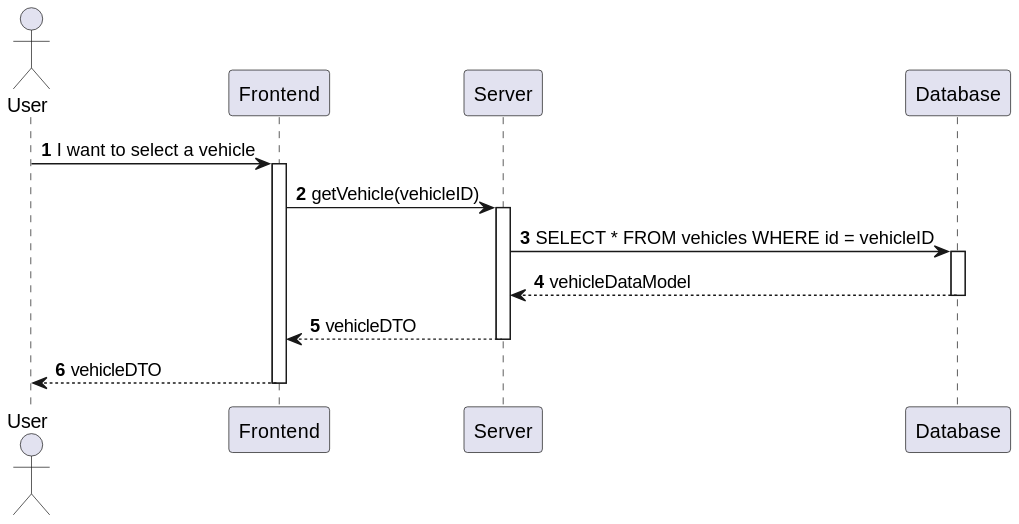
Above: docs/useCases/uc05_getVehicleFromList/ssd_uc05_v1.svg in olivDiogo/lap-time-simulator (PlantUML), before the change. Source of this version:
```plantuml
@startuml

autonumber

actor User
participant Frontend
participant Server
participant Database

User -> Frontend: I want to select a vehicle
activate Frontend

Frontend -> Server: getVehicle(vehicleID)
activate Server

Server -> Database: SELECT * FROM vehicles WHERE id = vehicleID
activate Database

Database --> Server: vehicleDataModel
deactivate Database

Server --> Frontend: vehicleDTO
deactivate Server

Frontend --> User: vehicleDTO
deactivate Frontend
@enduml
```
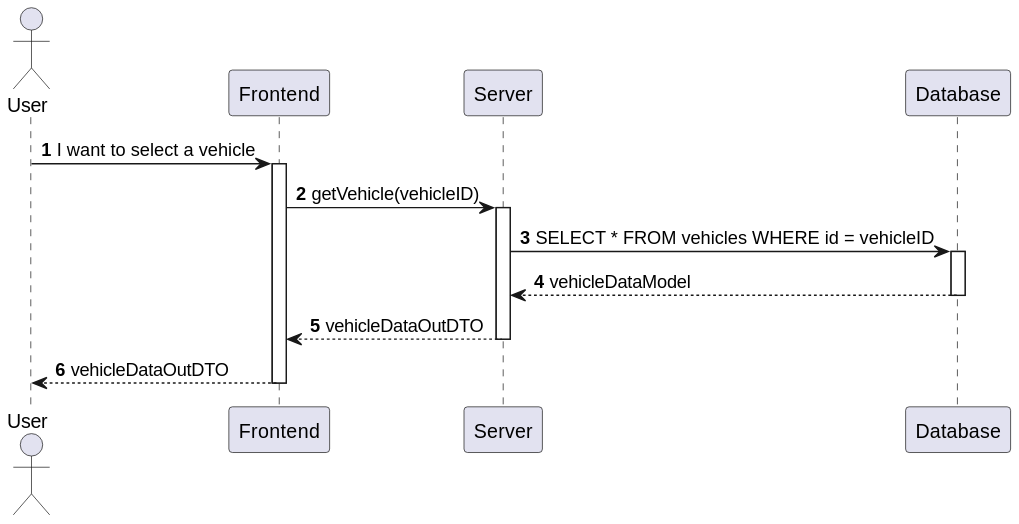
Above is the later version.

Change to the diagram source:
```diff
@@ -19,9 +19,9 @@
 Database --> Server: vehicleDataModel
 deactivate Database
 
-Server --> Frontend: vehicleDTO
+Server --> Frontend: vehicleDataOutDTO
 deactivate Server
 
-Frontend --> User: vehicleDTO
+Frontend --> User: vehicleDataOutDTO
 deactivate Frontend
 @enduml
```
